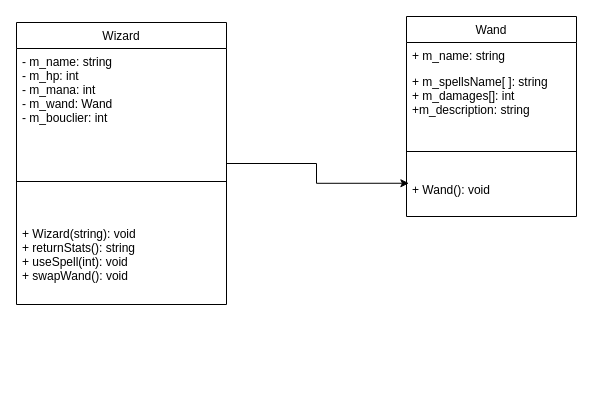
Earlier version of the draw.io diagram DuelMagicien/AreneCreature.drawio (0livierB3rgeron/DuelMagiciens). Source tidied: cells renumbered, new cells numbered last; positions are measured from the earlier drawing's top-left corner, leaving out a move shared by most shapes. Both pictures are drawn from the tidied source at 100%, with x=0, y=0 at pixel (16, 16).
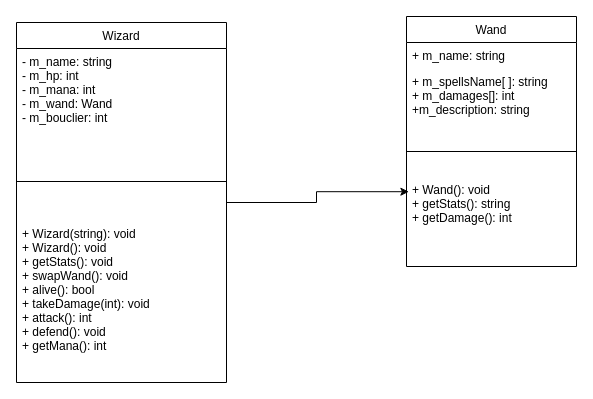
The same diagram, later.

Commit message (it also covers changes not shown here):
Ajout de la méchanique de jeux et modif du diagramme UML

What changed in the source:
```diff
@@
 <mxGraphModel>
   <root>
     <mxCell id="0" />
     <mxCell id="1" parent="0" />
     <mxCell id="2" style="edgeStyle=orthogonalEdgeStyle;rounded=0;jettySize=auto;html=1;exitX=1;exitY=0.5;exitDx=0;exitDy=0;entryX=0.014;entryY=0.169;entryDx=0;entryDy=0;entryPerimeter=0;" parent="1" edge="1" source="3" target="11">
       <mxGeometry relative="1" as="geometry" />
     </mxCell>
     <mxCell id="3" value="Wizard" style="swimlane;fontStyle=0;align=center;verticalAlign=top;horizontal=1;startSize=26;rounded=0;shadow=0;strokeWidth=1;" parent="1" vertex="1">
-      <mxGeometry y="6" width="210" height="282" as="geometry" />
+      <mxGeometry y="6" width="210" height="360" as="geometry" />
     </mxCell>
     <mxCell id="4" value="- m_name: string&#10;- m_hp: int&#10;- m_mana: int&#10;- m_wand: Wand&#10;- m_bouclier: int" style="text;align=left;verticalAlign=top;spacingLeft=4;spacingRight=4;overflow=hidden;" parent="3" vertex="1">
       <mxGeometry y="26" width="210" height="94" as="geometry" />
     </mxCell>
     <mxCell id="5" style="line;html=1;strokeWidth=1;align=left;verticalAlign=middle;spacingTop=-1;spacingLeft=3;spacingRight=3;labelPosition=right;" parent="3" vertex="1">
       <mxGeometry y="120" width="210" height="78" as="geometry" />
     </mxCell>
-    <mxCell id="6" value="+ Wizard(string): void&#10;+ returnStats(): string&#10;+ useSpell(int): void&#10;+ swapWand(): void" style="text;align=left;verticalAlign=top;spacingLeft=4;spacingRight=4;overflow=hidden;" parent="3" vertex="1">
-      <mxGeometry y="198" width="210" height="84" as="geometry" />
+    <mxCell id="6" value="+ Wizard(string): void&#10;+ Wizard(): void&#10;+ getStats(): void&#10;+ swapWand(): void&#10;+ alive(): bool&#10;+ takeDamage(int): void&#10;+ attack(): int&#10;+ defend(): void&#10;+ getMana(): int" style="text;align=left;verticalAlign=top;spacingLeft=4;spacingRight=4;overflow=hidden;" parent="3" vertex="1">
+      <mxGeometry y="198" width="210" height="142" as="geometry" />
     </mxCell>
     <mxCell id="7" value="Wand" style="swimlane;fontStyle=0;horizontal=1;startSize=26;fillColor=none;" parent="1" vertex="1">
-      <mxGeometry x="390" width="170" height="200" as="geometry" />
+      <mxGeometry x="390" width="170" height="250" as="geometry" />
     </mxCell>
     <mxCell id="8" value="+ m_name: string" style="text;strokeColor=none;fillColor=none;align=left;verticalAlign=top;spacingLeft=4;spacingRight=4;overflow=hidden;" parent="7" vertex="1">
       <mxGeometry y="26" width="170" height="26" as="geometry" />
     </mxCell>
     <mxCell id="9" value="+ m_spellsName[ ]: string&#10;+ m_damages[]: int&#10;+m_description: string" style="text;strokeColor=none;fillColor=none;align=left;verticalAlign=top;spacingLeft=4;spacingRight=4;overflow=hidden;" parent="7" vertex="1">
       <mxGeometry y="52" width="170" height="58" as="geometry" />
     </mxCell>
     <mxCell id="10" style="line;strokeWidth=1;fillColor=none;align=left;verticalAlign=middle;spacingTop=-1;spacingLeft=3;spacingRight=3;labelPosition=right;" parent="7" vertex="1">
       <mxGeometry y="110" width="170" height="50" as="geometry" />
     </mxCell>
-    <mxCell id="11" value="+ Wand(): void" style="text;strokeColor=none;fillColor=none;align=left;verticalAlign=top;spacingLeft=4;spacingRight=4;overflow=hidden;points=[[0,0.5],[1,0.5]];portConstraint=eastwest;" parent="7" vertex="1">
-      <mxGeometry y="160" width="170" height="40" as="geometry" />
+    <mxCell id="11" value="+ Wand(): void&#10;+ getStats(): string&#10;+ getDamage(): int" style="text;strokeColor=none;fillColor=none;align=left;verticalAlign=top;spacingLeft=4;spacingRight=4;overflow=hidden;points=[[0,0.5],[1,0.5]];portConstraint=eastwest;" parent="7" vertex="1">
+      <mxGeometry y="160" width="170" height="90" as="geometry" />
     </mxCell>
   </root>
 </mxGraphModel>
```
